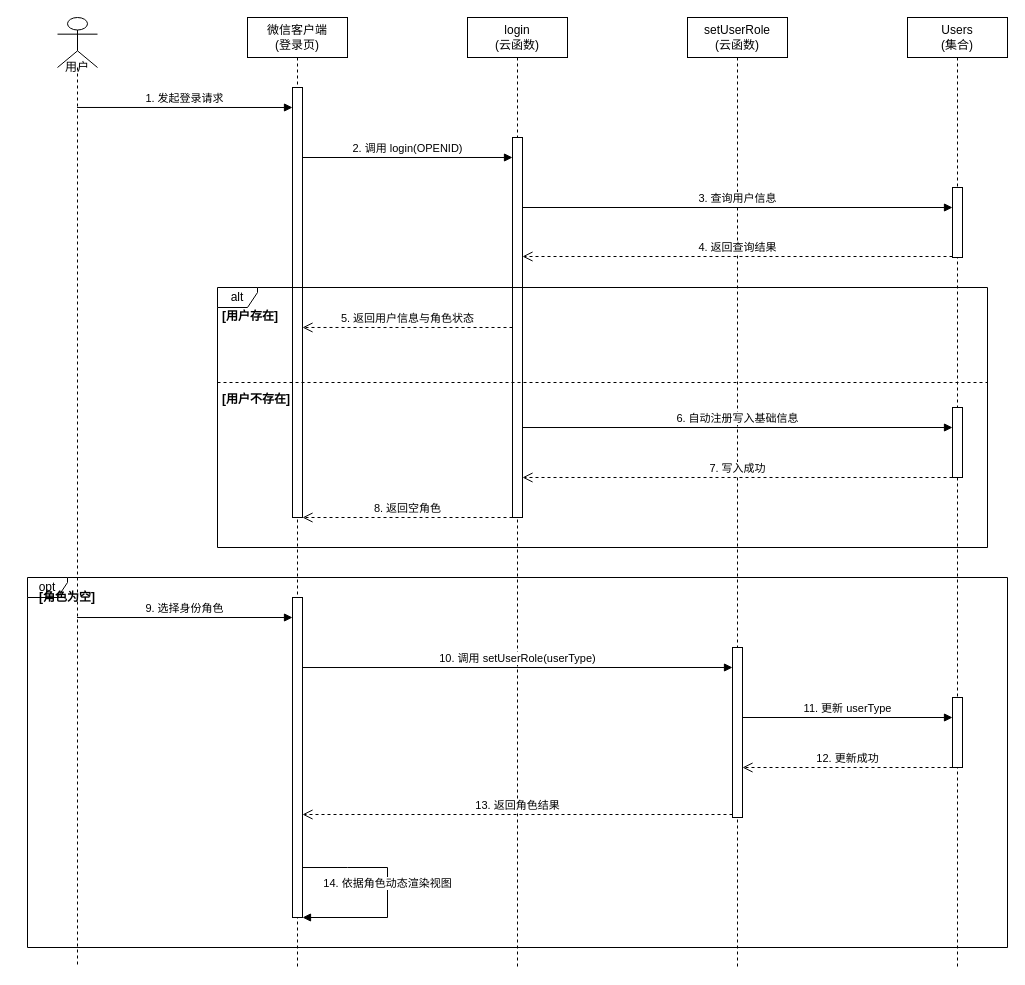
Above: docs/图3-3 登录与角色确认时序图.drawio in Littlefun8/miniprogram-2 (draw.io), before the change. Source tidied: cells renumbered, new cells numbered last; positions are measured from the earlier drawing's top-left corner, leaving out a move shared by most shapes. Both pictures are drawn from the tidied source at 100%, with x=0, y=0 at pixel (27, 17).
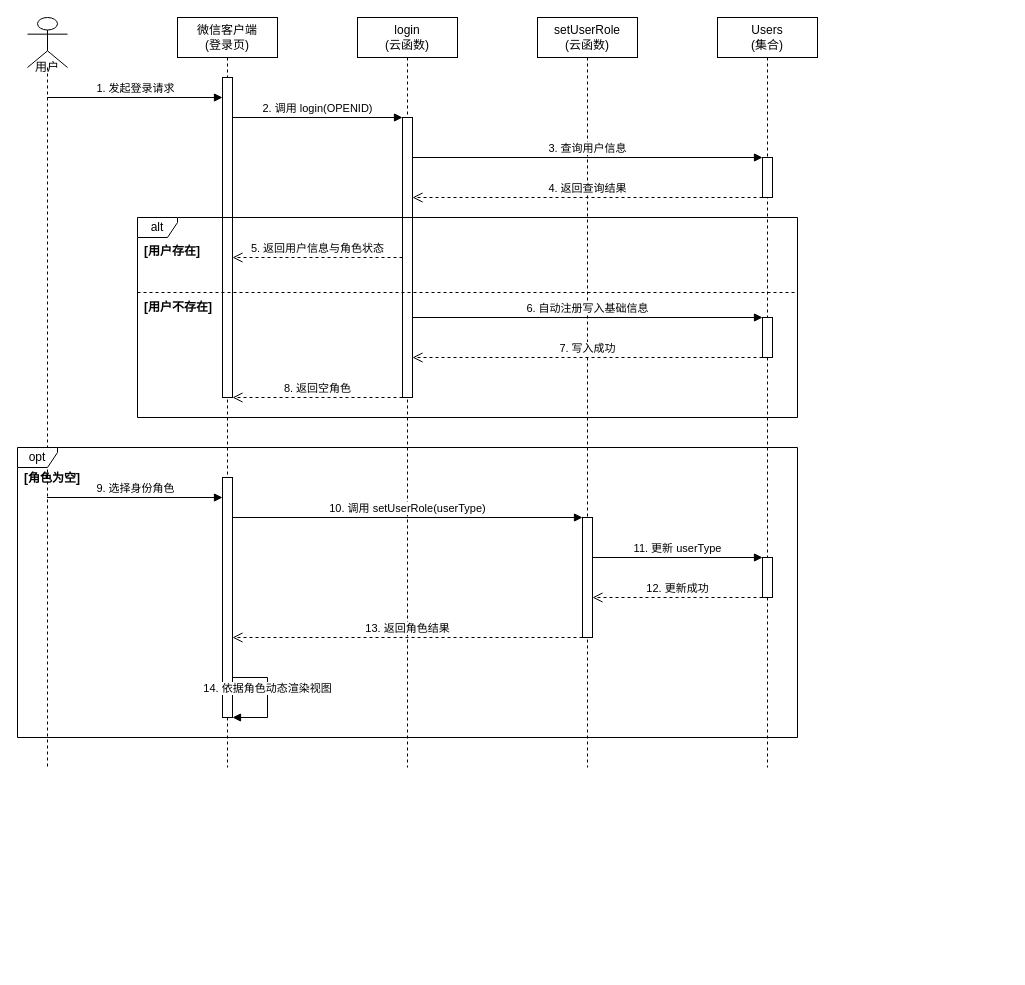
The same diagram, later.

Commit message:
已添加 图3-3 登录与角色确认时序图.drawio

What changed in the source:
```diff
@@
     <mxCell id="2" value="用户&lt;div&gt;&lt;br/&gt;&lt;/div&gt;" style="shape=umlLifeline;participant=umlActor;perimeter=lifelinePerimeter;whiteSpace=wrap;html=1;verticalAlign=top;spacingTop=36;outlineConnect=0;size=50;" parent="1" vertex="1">
-      <mxGeometry x="30" width="40" height="950" as="geometry" />
+      <mxGeometry width="40" height="750" as="geometry" />
     </mxCell>
     <mxCell id="3" value="微信客户端&#10;(登录页)" style="shape=umlLifeline;perimeter=lifelinePerimeter;whiteSpace=wrap;html=1;" parent="1" vertex="1">
-      <mxGeometry x="220" width="100" height="950" as="geometry" />
+      <mxGeometry x="150" width="100" height="750" as="geometry" />
     </mxCell>
+    <mxCell id="14" value="1. 发起登录请求" style="html=1;verticalAlign=bottom;endArrow=block;rounded=0;entryX=0;entryY=0;" parent="3" edge="1" source="2">
+      <mxGeometry relative="1" as="geometry">
+        <mxPoint x="45" y="80" as="targetPoint" />
+      </mxGeometry>
+    </mxCell>
     <mxCell id="4" value="login&#10;(云函数)" style="shape=umlLifeline;perimeter=lifelinePerimeter;whiteSpace=wrap;html=1;" parent="1" vertex="1">
-      <mxGeometry x="440" width="100" height="950" as="geometry" />
+      <mxGeometry x="330" width="100" height="750" as="geometry" />
     </mxCell>
     <mxCell id="5" value="setUserRole&#10;(云函数)" style="shape=umlLifeline;perimeter=lifelinePerimeter;whiteSpace=wrap;html=1;" parent="1" vertex="1">
-      <mxGeometry x="660" width="100" height="950" as="geometry" />
+      <mxGeometry x="510" width="100" height="750" as="geometry" />
     </mxCell>
     <mxCell id="6" value="Users&#10;(集合)" style="shape=umlLifeline;perimeter=lifelinePerimeter;whiteSpace=wrap;html=1;" parent="1" vertex="1">
-      <mxGeometry x="880" width="100" height="950" as="geometry" />
+      <mxGeometry x="690" width="100" height="750" as="geometry" />
     </mxCell>
     <mxCell id="7" style="html=1;points=[[0,0,0,0,5],[0,1,0,0,-5],[1,0,0,0,5],[1,1,0,0,-5]];perimeter=orthogonalPerimeter;outlineConnect=0;targetShapes=umlLifeline;portConstraint=eastwest;newEdgeStyle={&quot;curved&quot;:0,&quot;rounded&quot;:0};" parent="1" vertex="1">
-      <mxGeometry x="265" y="70" width="10" height="430" as="geometry" />
+      <mxGeometry x="195" y="60" width="10" height="320" as="geometry" />
     </mxCell>
     <mxCell id="8" style="html=1;points=[[0,0,0,0,5],[0,1,0,0,-5],[1,0,0,0,5],[1,1,0,0,-5]];perimeter=orthogonalPerimeter;outlineConnect=0;targetShapes=umlLifeline;portConstraint=eastwest;newEdgeStyle={&quot;curved&quot;:0,&quot;rounded&quot;:0};" parent="1" vertex="1">
-      <mxGeometry x="485" y="120" width="10" height="380" as="geometry" />
+      <mxGeometry x="375" y="100" width="10" height="280" as="geometry" />
     </mxCell>
     <mxCell id="9" style="html=1;points=[[0,0,0,0,5],[0,1,0,0,-5],[1,0,0,0,5],[1,1,0,0,-5]];perimeter=orthogonalPerimeter;outlineConnect=0;targetShapes=umlLifeline;portConstraint=eastwest;newEdgeStyle={&quot;curved&quot;:0,&quot;rounded&quot;:0};" parent="1" vertex="1">
-      <mxGeometry x="925" y="170" width="10" height="70" as="geometry" />
+      <mxGeometry x="735" y="140" width="10" height="40" as="geometry" />
     </mxCell>
     <mxCell id="10" style="html=1;points=[[0,0,0,0,5],[0,1,0,0,-5],[1,0,0,0,5],[1,1,0,0,-5]];perimeter=orthogonalPerimeter;outlineConnect=0;targetShapes=umlLifeline;portConstraint=eastwest;newEdgeStyle={&quot;curved&quot;:0,&quot;rounded&quot;:0};" parent="1" vertex="1">
-      <mxGeometry x="925" y="390" width="10" height="70" as="geometry" />
+      <mxGeometry x="735" y="300" width="10" height="40" as="geometry" />
     </mxCell>
     <mxCell id="11" style="html=1;points=[[0,0,0,0,5],[0,1,0,0,-5],[1,0,0,0,5],[1,1,0,0,-5]];perimeter=orthogonalPerimeter;outlineConnect=0;targetShapes=umlLifeline;portConstraint=eastwest;newEdgeStyle={&quot;curved&quot;:0,&quot;rounded&quot;:0};" parent="1" vertex="1">
-      <mxGeometry x="265" y="580" width="10" height="320" as="geometry" />
+      <mxGeometry x="195" y="460" width="10" height="240" as="geometry" />
     </mxCell>
     <mxCell id="12" style="html=1;points=[[0,0,0,0,5],[0,1,0,0,-5],[1,0,0,0,5],[1,1,0,0,-5]];perimeter=orthogonalPerimeter;outlineConnect=0;targetShapes=umlLifeline;portConstraint=eastwest;newEdgeStyle={&quot;curved&quot;:0,&quot;rounded&quot;:0};" parent="1" vertex="1">
-      <mxGeometry x="705" y="630" width="10" height="170" as="geometry" />
+      <mxGeometry x="555" y="500" width="10" height="120" as="geometry" />
     </mxCell>
     <mxCell id="13" style="html=1;points=[[0,0,0,0,5],[0,1,0,0,-5],[1,0,0,0,5],[1,1,0,0,-5]];perimeter=orthogonalPerimeter;outlineConnect=0;targetShapes=umlLifeline;portConstraint=eastwest;newEdgeStyle={&quot;curved&quot;:0,&quot;rounded&quot;:0};" parent="1" vertex="1">
-      <mxGeometry x="925" y="680" width="10" height="70" as="geometry" />
+      <mxGeometry x="735" y="540" width="10" height="40" as="geometry" />
     </mxCell>
-    <mxCell id="14" value="1. 发起登录请求" style="html=1;verticalAlign=bottom;endArrow=block;rounded=0;edgeStyle=orthogonalEdgeStyle;exitX=0.5;exitY=0.0947;entryX=0;entryY=0.0465;" parent="1" edge="1" source="2" target="7">
-      <mxGeometry relative="1" as="geometry" />
-    </mxCell>
-    <mxCell id="15" value="2. 调用 login(OPENID)" style="html=1;verticalAlign=bottom;endArrow=block;rounded=0;edgeStyle=orthogonalEdgeStyle;exitX=1;exitY=0.1628;entryX=0;entryY=0.0526;" parent="1" edge="1" source="7" target="8">
+    <mxCell id="15" value="2. 调用 login(OPENID)" style="html=1;verticalAlign=bottom;endArrow=block;rounded=0;exitX=1;exitY=0.125;entryX=0;entryY=0;" parent="1" edge="1" source="7" target="8">
       <mxGeometry relative="1" as="geometry" />
     </mxCell>
-    <mxCell id="16" value="3. 查询用户信息" style="html=1;verticalAlign=bottom;endArrow=block;rounded=0;edgeStyle=orthogonalEdgeStyle;exitX=1;exitY=0.1842;entryX=0;entryY=0.2857;" parent="1" edge="1" source="8" target="9">
+    <mxCell id="16" value="3. 查询用户信息" style="html=1;verticalAlign=bottom;endArrow=block;rounded=0;exitX=1;exitY=0.1429;entryX=0;entryY=0;" parent="1" edge="1" source="8" target="9">
       <mxGeometry relative="1" as="geometry" />
     </mxCell>
-    <mxCell id="17" value="4. 返回查询结果" style="html=1;verticalAlign=bottom;endArrow=open;dashed=1;endSize=8;rounded=0;edgeStyle=orthogonalEdgeStyle;exitX=0;exitY=1;entryX=1;entryY=0.3158;" parent="1" edge="1">
-      <mxGeometry relative="1" as="geometry">
-        <mxPoint x="925" y="239" as="sourcePoint" />
-        <mxPoint x="495" y="239" as="targetPoint" />
-      </mxGeometry>
+    <mxCell id="17" value="4. 返回查询结果" style="html=1;verticalAlign=bottom;endArrow=open;dashed=1;endSize=8;rounded=0;exitX=0;exitY=1;entryX=1;entryY=0.2857;" parent="1" edge="1" source="9" target="8">
+      <mxGeometry relative="1" as="geometry" />
     </mxCell>
     <mxCell id="18" value="alt" style="shape=umlFrame;whiteSpace=wrap;html=1;width=40;height=20;" parent="1" vertex="1">
-      <mxGeometry x="190" y="270" width="770" height="260" as="geometry" />
+      <mxGeometry x="110" y="200" width="660" height="200" as="geometry" />
     </mxCell>
     <mxCell id="19" value="[用户存在]" style="text;html=1;strokeColor=none;fillColor=none;align=left;verticalAlign=middle;whiteSpace=wrap;rounded=0;fontStyle=1;" parent="1" vertex="1">
-      <mxGeometry x="193" y="289" width="80" height="20" as="geometry" />
+      <mxGeometry x="115" y="224" width="80" height="20" as="geometry" />
     </mxCell>
-    <mxCell id="20" value="5. 返回用户信息与角色状态" style="html=1;verticalAlign=bottom;endArrow=open;dashed=1;endSize=8;rounded=0;edgeStyle=orthogonalEdgeStyle;exitX=0;exitY=0.5;entryX=1;entryY=0.5581;" parent="1" edge="1" source="8" target="7">
+    <mxCell id="20" value="5. 返回用户信息与角色状态" style="html=1;verticalAlign=bottom;endArrow=open;dashed=1;endSize=8;rounded=0;edgeStyle=orthogonalEdgeStyle;exitX=0;exitY=0.5;entryX=1;entryY=0.5625;" parent="1" edge="1" source="8" target="7">
       <mxGeometry relative="1" as="geometry" />
     </mxCell>
     <mxCell id="21" style="line;strokeWidth=1;dashed=1;html=1;whiteSpace=wrap;" parent="1" vertex="1">
-      <mxGeometry x="190" y="360" width="770" height="10" as="geometry" />
+      <mxGeometry x="110" y="270" width="660" height="10" as="geometry" />
     </mxCell>
     <mxCell id="22" value="[用户不存在]" style="text;html=1;strokeColor=none;fillColor=none;align=left;verticalAlign=middle;whiteSpace=wrap;rounded=0;fontStyle=1;" parent="1" vertex="1">
-      <mxGeometry x="193" y="372" width="80" height="20" as="geometry" />
+      <mxGeometry x="115" y="280" width="80" height="20" as="geometry" />
     </mxCell>
-    <mxCell id="23" value="6. 自动注册写入基础信息" style="html=1;verticalAlign=bottom;endArrow=block;rounded=0;edgeStyle=orthogonalEdgeStyle;exitX=1;exitY=0.7632;entryX=0;entryY=0.2857;" parent="1" edge="1" source="8" target="10">
+    <mxCell id="23" value="6. 自动注册写入基础信息" style="html=1;verticalAlign=bottom;endArrow=block;rounded=0;exitX=1;exitY=0.7143;entryX=0;entryY=0;" parent="1" edge="1" source="8" target="10">
       <mxGeometry relative="1" as="geometry" />
     </mxCell>
-    <mxCell id="24" value="7. 写入成功" style="html=1;verticalAlign=bottom;endArrow=open;dashed=1;endSize=8;rounded=0;edgeStyle=orthogonalEdgeStyle;exitX=0;exitY=1;entryX=1;entryY=0.8947;" parent="1" edge="1" source="10" target="8">
-      <mxGeometry relative="1" as="geometry">
-        <Array as="points">
-          <mxPoint x="870" y="460" />
-          <mxPoint x="870" y="460" />
-        </Array>
-      </mxGeometry>
+    <mxCell id="24" value="7. 写入成功" style="html=1;verticalAlign=bottom;endArrow=open;dashed=1;endSize=8;rounded=0;exitX=0;exitY=1;entryX=1;entryY=0.8571;" parent="1" edge="1" source="10" target="8">
+      <mxGeometry relative="1" as="geometry" />
     </mxCell>
-    <mxCell id="25" value="8. 返回空角色" style="html=1;verticalAlign=bottom;endArrow=open;dashed=1;endSize=8;rounded=0;edgeStyle=orthogonalEdgeStyle;exitX=0;exitY=1;entryX=1;entryY=1;" parent="1" edge="1" source="8" target="7">
-      <mxGeometry relative="1" as="geometry">
-        <Array as="points">
-          <mxPoint x="440" y="500" />
-          <mxPoint x="440" y="500" />
-        </Array>
-      </mxGeometry>
+    <mxCell id="25" value="8. 返回空角色" style="html=1;verticalAlign=bottom;endArrow=open;dashed=1;endSize=8;rounded=0;exitX=0;exitY=1;entryX=1;entryY=1;" parent="1" edge="1" source="8" target="7">
+      <mxGeometry relative="1" as="geometry" />
     </mxCell>
     <mxCell id="26" value="opt" style="shape=umlFrame;whiteSpace=wrap;html=1;width=40;height=20;" parent="1" vertex="1">
-      <mxGeometry y="560" width="980" height="370" as="geometry" />
+      <mxGeometry x="-10" y="430" width="780" height="290" as="geometry" />
     </mxCell>
     <mxCell id="27" value="[角色为空]" style="text;html=1;strokeColor=none;fillColor=none;align=left;verticalAlign=middle;whiteSpace=wrap;rounded=0;fontStyle=1;" parent="1" vertex="1">
-      <mxGeometry x="10" y="570" width="80" height="20" as="geometry" />
+      <mxGeometry x="-5" y="451" width="80" height="20" as="geometry" />
     </mxCell>
-    <mxCell id="28" value="9. 选择身份角色" style="html=1;verticalAlign=bottom;endArrow=block;rounded=0;edgeStyle=orthogonalEdgeStyle;exitX=0.5;exitY=0.6316;entryX=0;entryY=0.0625;" parent="1" edge="1" source="2" target="11">
-      <mxGeometry relative="1" as="geometry" />
+    <mxCell id="28" value="9. 选择身份角色" style="html=1;verticalAlign=bottom;endArrow=block;rounded=0;exitX=0.5;exitY=0.6479;" parent="1" edge="1">
+      <mxGeometry relative="1" as="geometry">
+        <mxPoint x="19.5" y="480" as="sourcePoint" />
+        <mxPoint x="195" y="480" as="targetPoint" />
+      </mxGeometry>
     </mxCell>
-    <mxCell id="29" value="10. 调用 setUserRole(userType)" style="html=1;verticalAlign=bottom;endArrow=block;rounded=0;edgeStyle=orthogonalEdgeStyle;exitX=1;exitY=0.2188;entryX=0;entryY=0.1176;" parent="1" edge="1" source="11" target="12">
+    <mxCell id="29" value="10. 调用 setUserRole(userType)" style="html=1;verticalAlign=bottom;endArrow=block;rounded=0;exitX=1;exitY=0.1667;entryX=0;entryY=0;" parent="1" edge="1" source="11" target="12">
       <mxGeometry relative="1" as="geometry" />
     </mxCell>
-    <mxCell id="30" value="11. 更新 userType" style="html=1;verticalAlign=bottom;endArrow=block;rounded=0;edgeStyle=orthogonalEdgeStyle;exitX=1;exitY=0.4118;entryX=0;entryY=0.2857;" parent="1" edge="1" source="12" target="13">
+    <mxCell id="30" value="11. 更新 userType" style="html=1;verticalAlign=bottom;endArrow=block;rounded=0;exitX=1;exitY=0.3333;entryX=0;entryY=0;" parent="1" edge="1" source="12" target="13">
       <mxGeometry relative="1" as="geometry" />
     </mxCell>
-    <mxCell id="31" value="12. 更新成功" style="html=1;verticalAlign=bottom;endArrow=open;dashed=1;endSize=8;rounded=0;edgeStyle=orthogonalEdgeStyle;exitX=0;exitY=1;entryX=1;entryY=0.7059;" parent="1" edge="1" source="13" target="12">
-      <mxGeometry relative="1" as="geometry">
-        <Array as="points">
-          <mxPoint x="880" y="750" />
-          <mxPoint x="880" y="750" />
-        </Array>
-      </mxGeometry>
+    <mxCell id="31" value="12. 更新成功" style="html=1;verticalAlign=bottom;endArrow=open;dashed=1;endSize=8;rounded=0;exitX=0;exitY=1;entryX=1;entryY=0.6667;" parent="1" edge="1" source="13" target="12">
+      <mxGeometry relative="1" as="geometry" />
     </mxCell>
-    <mxCell id="32" value="13. 返回角色结果" style="html=1;verticalAlign=bottom;endArrow=open;dashed=1;endSize=8;rounded=0;edgeStyle=orthogonalEdgeStyle;exitX=0;exitY=1;entryX=1;entryY=0.6875;" parent="1" edge="1">
-      <mxGeometry relative="1" as="geometry">
-        <mxPoint x="705" y="797" as="sourcePoint" />
-        <mxPoint x="275" y="797" as="targetPoint" />
-      </mxGeometry>
+    <mxCell id="32" value="13. 返回角色结果" style="html=1;verticalAlign=bottom;endArrow=open;dashed=1;endSize=8;rounded=0;exitX=0;exitY=1;entryX=1;entryY=0.6667;" parent="1" edge="1" source="12" target="11">
+      <mxGeometry relative="1" as="geometry" />
     </mxCell>
-    <mxCell id="33" value="14. 依据角色动态渲染视图" style="html=1;verticalAlign=bottom;endArrow=block;rounded=0;edgeStyle=orthogonalEdgeStyle;exitX=1;exitY=0.8438;entryX=1;entryY=1;" parent="1" edge="1" source="11" target="11">
+    <mxCell id="33" value="14. 依据角色动态渲染视图" style="html=1;verticalAlign=bottom;endArrow=block;rounded=0;edgeStyle=orthogonalEdgeStyle;exitX=1;exitY=0.8333;entryX=1;entryY=1;" parent="1" edge="1" source="11" target="11">
       <mxGeometry relative="1" as="geometry">
         <Array as="points">
-          <mxPoint x="320" y="850" />
-          <mxPoint x="360" y="850" />
-          <mxPoint x="360" y="900" />
-          <mxPoint x="320" y="900" />
+          <mxPoint x="205" y="660" />
+          <mxPoint x="240" y="660" />
+          <mxPoint x="240" y="700" />
+          <mxPoint x="205" y="700" />
         </Array>
       </mxGeometry>
     </mxCell>
```
